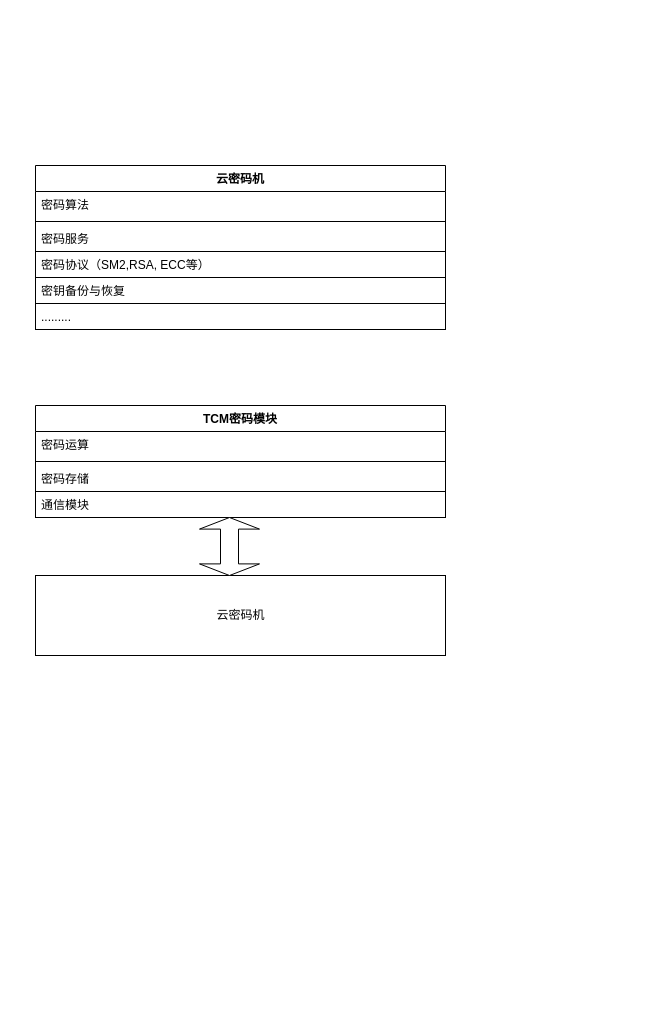
The draw.io diagram Untitled Diagram.drawio in MJmichael/draw, before the edit. Source tidied: cells renumbered, new cells numbered last; positions are measured from the earlier drawing's top-left corner, leaving out a move shared by most shapes. Both pictures are drawn from the tidied source at 100%, with x=0, y=0 at pixel (35, 165).
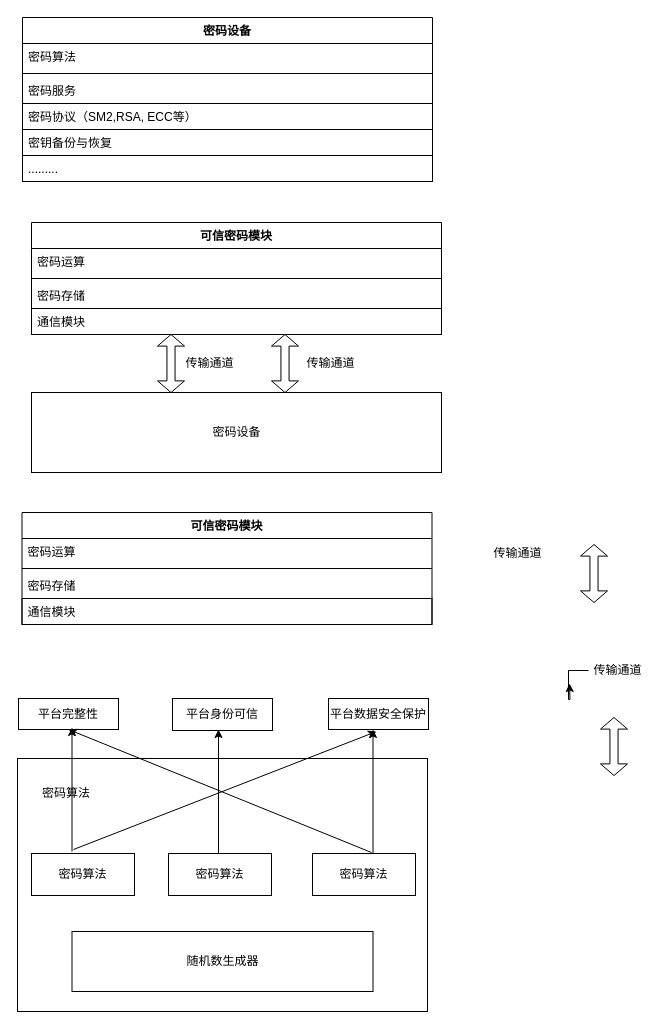
The same page after the edit.

Change to the diagram source:
```diff
@@
-    <mxCell id="2" value="云密码机" style="swimlane;fontStyle=1;align=center;verticalAlign=top;horizontal=1;startSize=26;" parent="1" vertex="1">
-      <mxGeometry width="410" height="164" as="geometry" />
+    <mxCell id="2" value="密码设备" style="swimlane;fontStyle=1;align=center;verticalAlign=top;horizontal=1;startSize=26;" parent="1" vertex="1">
+      <mxGeometry x="-13" y="-148" width="410" height="164" as="geometry" />
     </mxCell>
@@
-    <mxCell id="9" value="TCM密码模块" style="swimlane;fontStyle=1;align=center;verticalAlign=top;horizontal=1;startSize=26;" parent="1" vertex="1">
-      <mxGeometry y="240" width="410" height="112" as="geometry" />
+    <mxCell id="9" value="可信密码模块" style="swimlane;fontStyle=1;align=center;verticalAlign=top;horizontal=1;startSize=26;" parent="1" vertex="1">
+      <mxGeometry x="-4" y="57" width="410" height="112" as="geometry" />
     </mxCell>
@@
-    <mxCell id="14" value="云密码机" style="html=1;" parent="1" vertex="1">
-      <mxGeometry y="410" width="410" height="80" as="geometry" />
+    <mxCell id="14" value="密码设备" style="html=1;" parent="1" vertex="1">
+      <mxGeometry x="-4" y="227" width="410" height="80" as="geometry" />
     </mxCell>
     <mxCell id="15" style="shape=doubleArrow;direction=south;whiteSpace=wrap;html=1;" parent="1" vertex="1">
-      <mxGeometry x="164" y="352" width="60" height="58" as="geometry" />
+      <mxGeometry x="122" y="169" width="27" height="58" as="geometry" />
     </mxCell>
+    <mxCell id="16" value="传输通道" style="text;html=1;align=center;verticalAlign=middle;strokeColor=none;fillColor=none;" parent="1" vertex="1">
+      <mxGeometry x="145" y="189" width="58" height="18" as="geometry" />
+    </mxCell>
+    <mxCell id="17" style="shape=doubleArrow;direction=south;whiteSpace=wrap;html=1;" parent="1" vertex="1">
+      <mxGeometry x="236" y="169" width="27" height="58" as="geometry" />
+    </mxCell>
+    <mxCell id="18" value="传输通道" style="text;html=1;align=center;verticalAlign=middle;strokeColor=none;fillColor=none;" parent="1" vertex="1">
+      <mxGeometry x="266" y="189" width="58" height="18" as="geometry" />
+    </mxCell>
+    <mxCell id="19" value="可信密码模块" style="swimlane;fontStyle=1;align=center;verticalAlign=top;horizontal=1;startSize=26;" parent="1" vertex="1">
+      <mxGeometry x="-13.5" y="347" width="410" height="112" as="geometry" />
+    </mxCell>
+    <mxCell id="20" value="密码运算" style="text;strokeColor=none;fillColor=none;align=left;verticalAlign=top;spacingLeft=4;spacingRight=4;overflow=hidden;" parent="19" vertex="1">
+      <mxGeometry y="26" width="410" height="26" as="geometry" />
+    </mxCell>
+    <mxCell id="21" style="line;strokeWidth=1;fillColor=none;align=left;verticalAlign=middle;spacingTop=-1;spacingLeft=3;spacingRight=3;labelPosition=right;" parent="19" vertex="1">
+      <mxGeometry y="52" width="410" height="8" as="geometry" />
+    </mxCell>
+    <mxCell id="22" value="密码存储" style="text;strokeColor=none;fillColor=none;align=left;verticalAlign=top;spacingLeft=4;spacingRight=4;overflow=hidden;" parent="19" vertex="1">
+      <mxGeometry y="60" width="410" height="26" as="geometry" />
+    </mxCell>
+    <mxCell id="23" value="通信模块" style="text;strokeColor=black;fillColor=none;align=left;verticalAlign=top;spacingLeft=4;spacingRight=4;overflow=hidden;" parent="19" vertex="1">
+      <mxGeometry y="86" width="410" height="26" as="geometry" />
+    </mxCell>
+    <mxCell id="24" style="shape=doubleArrow;direction=south;whiteSpace=wrap;html=1;" parent="1" vertex="1">
+      <mxGeometry x="545" y="379" width="27" height="58" as="geometry" />
+    </mxCell>
+    <mxCell id="25" value="传输通道" style="text;html=1;align=center;verticalAlign=middle;strokeColor=none;fillColor=none;" parent="1" vertex="1">
+      <mxGeometry x="453" y="379" width="58" height="18" as="geometry" />
+    </mxCell>
+    <mxCell id="26" style="shape=doubleArrow;direction=south;whiteSpace=wrap;html=1;" parent="1" vertex="1">
+      <mxGeometry x="565" y="552" width="27" height="58" as="geometry" />
+    </mxCell>
+    <mxCell id="27" style="edgeStyle=orthogonalEdgeStyle;rounded=0;jettySize=auto;html=1;" parent="1" edge="1" source="28">
+      <mxGeometry relative="1" as="geometry">
+        <mxPoint x="534" y="518" as="targetPoint" />
+      </mxGeometry>
+    </mxCell>
+    <mxCell id="28" value="传输通道" style="text;html=1;align=center;verticalAlign=middle;points=[];strokeColor=none;fillColor=none;" parent="1" vertex="1">
+      <mxGeometry x="553" y="496" width="58" height="18" as="geometry" />
+    </mxCell>
+    <mxCell id="29" style="html=1;" parent="1" vertex="1">
+      <mxGeometry x="-18" y="593" width="410" height="253" as="geometry" />
+    </mxCell>
+    <mxCell id="30" value="密码算法" style="text;html=1;strokeColor=none;fillColor=none;align=center;verticalAlign=middle;whiteSpace=wrap;rounded=0;" parent="1" vertex="1">
+      <mxGeometry x="1" y="613" width="60" height="30" as="geometry" />
+    </mxCell>
+    <mxCell id="31" value="随机数生成器" style="rounded=0;whiteSpace=wrap;html=1;" parent="1" vertex="1">
+      <mxGeometry x="36.5" y="766" width="301" height="60" as="geometry" />
+    </mxCell>
+    <mxCell id="32" value="平台完整性" style="rounded=0;whiteSpace=wrap;html=1;" parent="1" vertex="1">
+      <mxGeometry x="-17" y="533" width="100" height="31" as="geometry" />
+    </mxCell>
+    <mxCell id="33" value="平台身份可信" style="rounded=0;whiteSpace=wrap;html=1;" parent="1" vertex="1">
+      <mxGeometry x="137" y="533" width="100" height="32" as="geometry" />
+    </mxCell>
+    <mxCell id="34" value="平台数据安全保护" style="rounded=0;whiteSpace=wrap;html=1;" parent="1" vertex="1">
+      <mxGeometry x="293" y="533" width="100" height="31" as="geometry" />
+    </mxCell>
+    <mxCell id="35" value="密码算法" style="rounded=0;whiteSpace=wrap;html=1;" parent="1" vertex="1">
+      <mxGeometry x="-4" y="688" width="103" height="42" as="geometry" />
+    </mxCell>
+    <mxCell id="36" value="密码算法" style="rounded=0;whiteSpace=wrap;html=1;" parent="1" vertex="1">
+      <mxGeometry x="133" y="688" width="103" height="42" as="geometry" />
+    </mxCell>
+    <mxCell id="37" value="密码算法" style="rounded=0;whiteSpace=wrap;html=1;" parent="1" vertex="1">
+      <mxGeometry x="277" y="688" width="103" height="42" as="geometry" />
+    </mxCell>
+    <mxCell id="38" style="endArrow=classic;html=1;rounded=0;" parent="1" edge="1">
+      <mxGeometry relative="1" as="geometry">
+        <mxPoint x="38" y="684" as="sourcePoint" />
+        <mxPoint x="341" y="566" as="targetPoint" />
+      </mxGeometry>
+    </mxCell>
+    <mxCell id="39" style="endArrow=classic;html=1;rounded=0;entryX=0.5;entryY=1;entryDx=0;entryDy=0;" parent="1" edge="1" target="32">
+      <mxGeometry relative="1" as="geometry">
+        <mxPoint x="336" y="687" as="sourcePoint" />
+      </mxGeometry>
+    </mxCell>
+    <mxCell id="40" style="endArrow=classic;html=1;rounded=0;exitX=0.825;exitY=0;exitDx=0;exitDy=0;exitPerimeter=0;" parent="1" edge="1">
+      <mxGeometry relative="1" as="geometry">
+        <mxPoint x="183" y="688" as="sourcePoint" />
+        <mxPoint x="183" y="564" as="targetPoint" />
+      </mxGeometry>
+    </mxCell>
+    <mxCell id="41" style="endArrow=classic;html=1;rounded=0;exitX=0.825;exitY=0;exitDx=0;exitDy=0;exitPerimeter=0;" parent="1" edge="1">
+      <mxGeometry relative="1" as="geometry">
+        <mxPoint x="36.5" y="686" as="sourcePoint" />
+        <mxPoint x="36.5" y="562" as="targetPoint" />
+      </mxGeometry>
+    </mxCell>
+    <mxCell id="42" style="endArrow=classic;html=1;rounded=0;exitX=0.825;exitY=0;exitDx=0;exitDy=0;exitPerimeter=0;" parent="1" edge="1">
+      <mxGeometry relative="1" as="geometry">
+        <mxPoint x="337.5" y="688" as="sourcePoint" />
+        <mxPoint x="337.5" y="564" as="targetPoint" />
+      </mxGeometry>
+    </mxCell>
```
